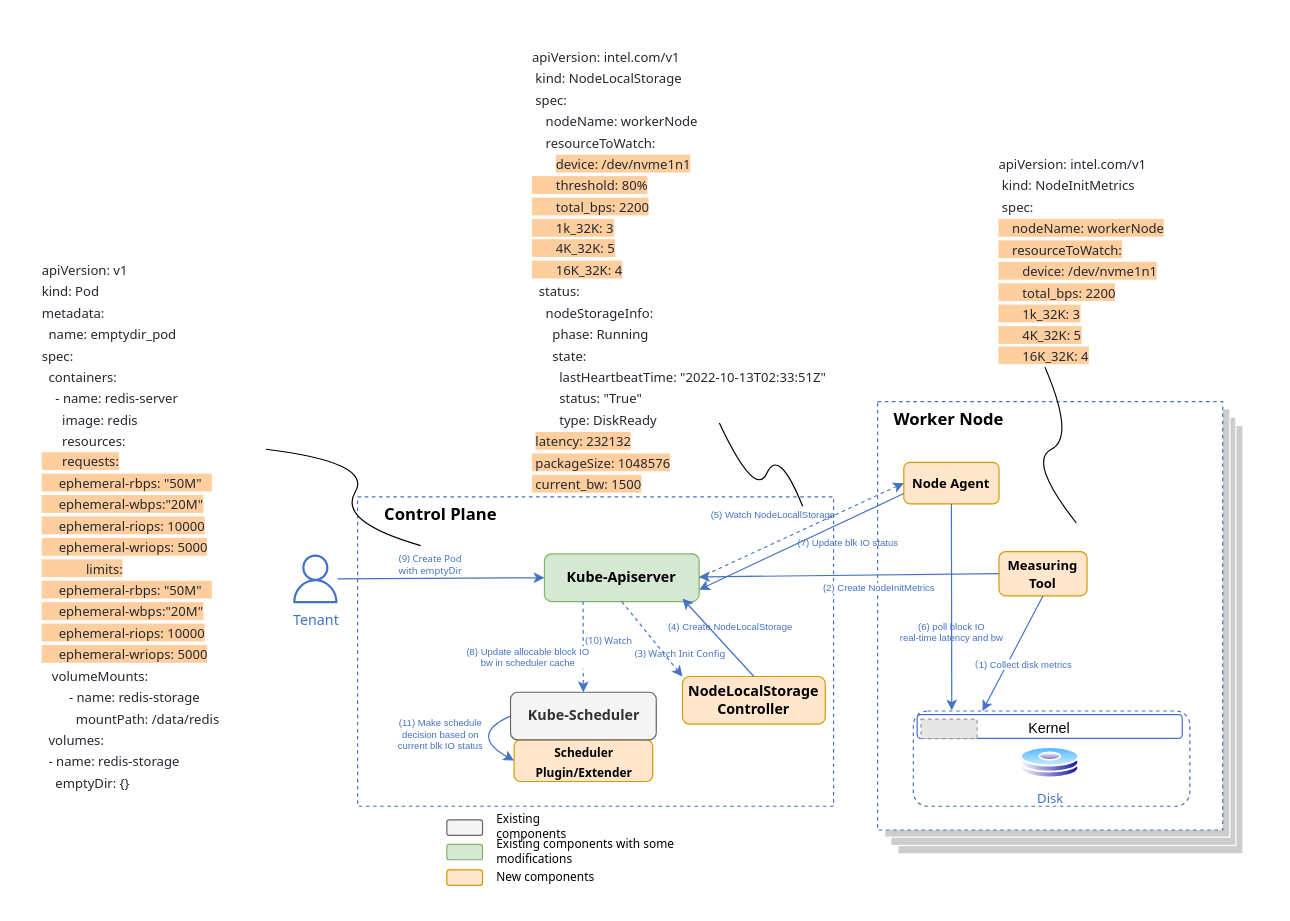
Above: page "schedule flow" (11 of 11) of diagram/net_disk_io_design_v1.drawio in IntelOpen/kubernetes (draw.io), before the change. Source tidied: cells renumbered, new cells numbered last; positions are measured from the earlier drawing's top-left corner, leaving out a move shared by most shapes. Both pictures are drawn from the tidied source at 119%, with x=0, y=0 at pixel (20, 20). Pictures stored in the file or linked from it are replaced by grey dashed boxes.
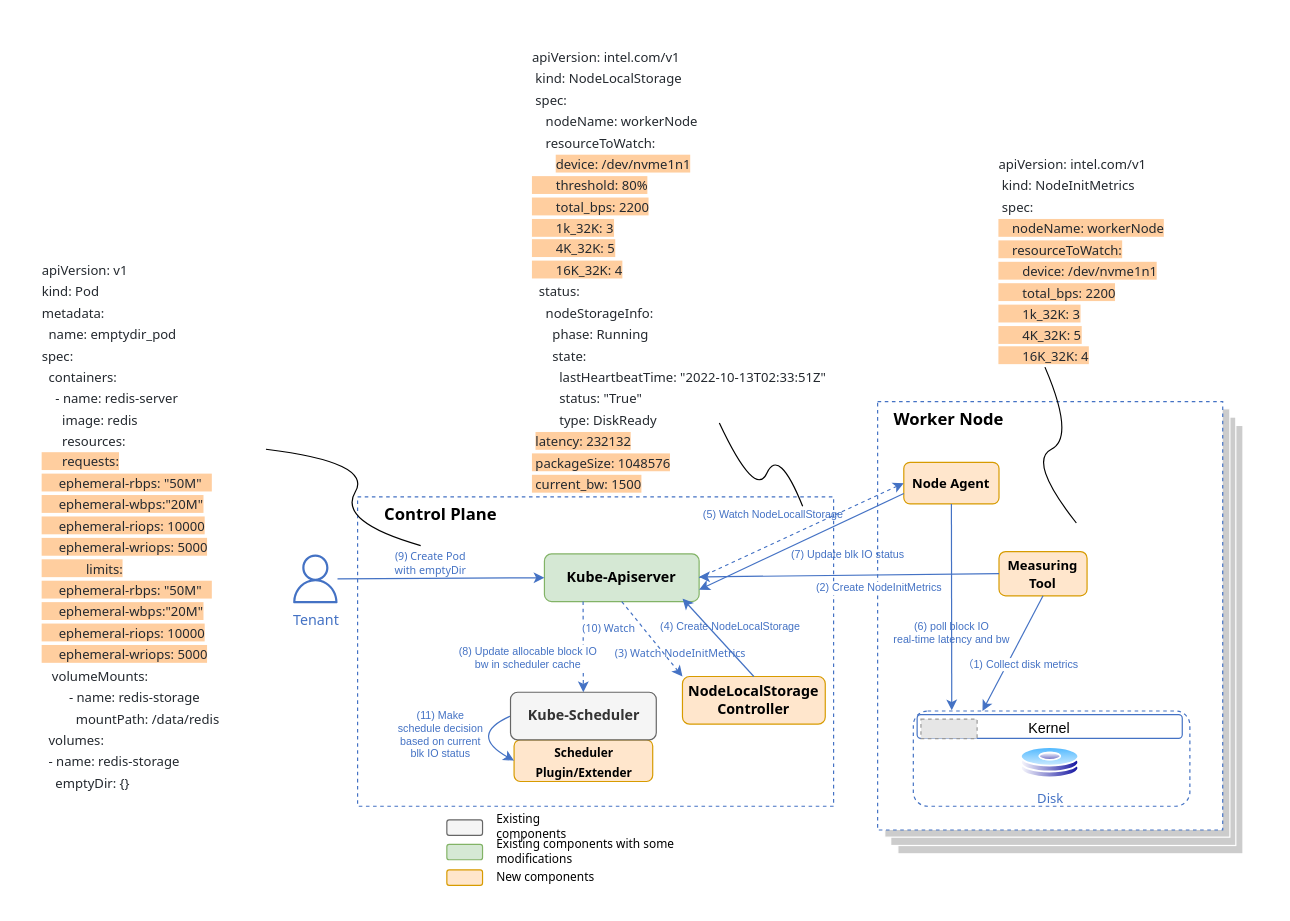
The same page after the edit.

Commit message:
Adjust font size

The change refers to these unchanged cells:
```xml
<mxCell id="9" style="endArrow=classic;html=1;rounded=0;fontFamily=Tahoma;fontSize=12;strokeColor=#4472C4;entryX=0;entryY=0.5;entryDx=0;entryDy=0;" parent="1" edge="1" source="11" target="8">
  <mxGeometry relative="1" as="geometry" />
</mxCell>
<mxCell id="15" style="endArrow=classic;html=1;rounded=0;fontFamily=Tahoma;fontSize=13;fontColor=#000000;strokeColor=#4472C4;dashed=1;endFill=1;startArrow=none;startFill=0;exitX=0.25;exitY=1;exitDx=0;exitDy=0;" parent="1" edge="1" source="8" target="34">
  <mxGeometry relative="1" as="geometry" />
</mxCell>
<mxCell id="20" style="edgeStyle=none;html=1;strokeColor=#4472C4;labelBorderColor=none;labelBackgroundColor=#FFCE9F;exitX=0.5;exitY=1;exitDx=0;exitDy=0;entryX=0.139;entryY=-0.007;entryDx=0;entryDy=0;entryPerimeter=0;" parent="1" edge="1" source="19" target="22">
  <mxGeometry x="-0.01" y="-69" relative="1" as="geometry" />
</mxCell>
<mxCell id="24" style="endArrow=none;html=1;rounded=0;strokeColor=#4472C4;fontSize=11;entryX=1;entryY=0.5;entryDx=0;entryDy=0;dashed=1;startArrow=classic;startFill=1;endFill=0;exitX=0;exitY=0.5;exitDx=0;exitDy=0;" parent="1" edge="1" source="19" target="8">
  <mxGeometry relative="1" as="geometry" />
</mxCell>
<mxCell id="27" style="endArrow=classic;html=1;rounded=0;fontFamily=Tahoma;fontSize=13;fontColor=#000000;strokeColor=#4472C4;entryX=0;entryY=0;entryDx=0;entryDy=0;dashed=1;endFill=1;startArrow=none;startFill=0;exitX=0.5;exitY=1;exitDx=0;exitDy=0;" parent="1" edge="1" source="8" target="26">
  <mxGeometry relative="1" as="geometry" />
</mxCell>
<mxCell id="29" style="endArrow=classic;html=1;rounded=0;labelBackgroundColor=none;strokeColor=#4472C4;fontSize=11;exitX=0.5;exitY=0;exitDx=0;exitDy=0;entryX=0.893;entryY=0.939;entryDx=0;entryDy=0;entryPerimeter=0;" parent="1" edge="1" source="26" target="8">
  <mxGeometry relative="1" as="geometry" />
</mxCell>
<mxCell id="31" style="endArrow=classic;html=1;rounded=0;labelBackgroundColor=none;strokeColor=#4472C4;fontSize=8;fontColor=#4472C4;exitX=0;exitY=0.75;exitDx=0;exitDy=0;entryX=1;entryY=0.75;entryDx=0;entryDy=0;" parent="1" edge="1" source="19" target="8">
  <mxGeometry relative="1" as="geometry" />
</mxCell>
<mxCell id="40" style="endArrow=classic;html=1;rounded=0;strokeColor=#4472C4;fontFamily=Tahoma;fontSize=10;exitX=0.5;exitY=1;exitDx=0;exitDy=0;entryX=0.25;entryY=0;entryDx=0;entryDy=0;" parent="1" edge="1" source="39" target="22">
  <mxGeometry relative="1" as="geometry" />
</mxCell>
<mxCell id="43" style="endArrow=classic;html=1;rounded=0;strokeColor=#4472C4;fontFamily=Tahoma;fontSize=10;exitX=0;exitY=0.5;exitDx=0;exitDy=0;" parent="1" edge="1" source="39" target="8">
  <mxGeometry relative="1" as="geometry" />
</mxCell>
```

The edit, as a diff of the source:
```diff
@@
-    <mxCell id="10" value="(9) Create Pod&lt;br style=&quot;font-size: 8px;&quot;&gt;with emptyDir" style="edgeLabel;html=1;align=center;verticalAlign=middle;fontSize=8;fontFamily=Tahoma;fontColor=#4472C4;" parent="9" vertex="1">
+    <mxCell id="10" value="(9) Create Pod&lt;br style=&quot;font-size: 9px;&quot;&gt;with emptyDir" style="edgeLabel;html=1;align=center;verticalAlign=middle;fontSize=9;fontFamily=Tahoma;fontColor=#4472C4;" parent="9" vertex="1">
       <mxGeometry x="-0.4" y="1" relative="1" as="geometry">
         <mxPoint x="25" y="-12" as="offset" />
       </mxGeometry>
     </mxCell>
@@
-    <mxCell id="16" value="&lt;font style=&quot;font-size: 8px;&quot; face=&quot;Tahoma&quot;&gt;(10) Watch&lt;/font&gt;" style="edgeLabel;html=1;align=center;verticalAlign=middle;fontColor=#4472C4;fontSize=8;" parent="15" vertex="1">
+    <mxCell id="16" value="&lt;font style=&quot;font-size: 9px;&quot; face=&quot;Tahoma&quot;&gt;(10) Watch&lt;/font&gt;" style="edgeLabel;html=1;align=center;verticalAlign=middle;fontColor=#4472C4;fontSize=9;" parent="15" vertex="1">
       <mxGeometry x="-0.15" y="-1" relative="1" as="geometry">
-        <mxPoint x="22" as="offset" />
+        <mxPoint x="22" y="-10" as="offset" />
       </mxGeometry>
     </mxCell>
-    <mxCell id="17" value="(8) Update allocable block IO&lt;br&gt;&amp;nbsp;bw in scheduler cache&amp;nbsp;" style="edgeLabel;html=1;align=center;verticalAlign=middle;fontSize=8;fontFamily=Helvetica;fontColor=#4472C4;" parent="15" vertex="1">
+    <mxCell id="17" value="(8) Update allocable block IO&lt;br style=&quot;font-size: 9px;&quot;&gt;&amp;nbsp;bw in scheduler cache&amp;nbsp;" style="edgeLabel;html=1;align=center;verticalAlign=middle;fontSize=9;fontFamily=Helvetica;fontColor=#4472C4;" parent="15" vertex="1">
       <mxGeometry x="0.22" y="-2" relative="1" as="geometry">
         <mxPoint x="-45" as="offset" />
       </mxGeometry>
     </mxCell>
@@
-    <mxCell id="21" value="&lt;span style=&quot;color: rgb(68, 114, 196);&quot;&gt;(6) poll block IO&lt;/span&gt;&lt;br style=&quot;color: rgb(68, 114, 196);&quot;&gt;&lt;span style=&quot;color: rgb(68, 114, 196);&quot;&gt;real-time latency and bw&lt;/span&gt;" style="edgeLabel;html=1;align=center;verticalAlign=middle;fontSize=8;fontColor=#000000;labelBackgroundColor=none;" parent="20" vertex="1">
+    <mxCell id="21" value="&lt;span style=&quot;color: rgb(68, 114, 196); font-size: 9px;&quot;&gt;(6) poll block IO&lt;/span&gt;&lt;br style=&quot;color: rgb(68, 114, 196); font-size: 9px;&quot;&gt;&lt;span style=&quot;color: rgb(68, 114, 196); font-size: 9px;&quot;&gt;real-time latency and bw&lt;/span&gt;" style="edgeLabel;html=1;align=center;verticalAlign=middle;fontSize=9;fontColor=#000000;labelBackgroundColor=none;" parent="20" vertex="1">
       <mxGeometry x="0.44" y="-1" relative="1" as="geometry">
         <mxPoint y="-18" as="offset" />
       </mxGeometry>
     </mxCell>
@@
-    <mxCell id="25" value="(5) Watch NodeLocallStorage" style="edgeLabel;html=1;align=center;verticalAlign=middle;fontSize=8;fontColor=#4472C4;labelBackgroundColor=none;" parent="24" vertex="1">
+    <mxCell id="25" value="(5) Watch NodeLocallStorage" style="edgeLabel;html=1;align=center;verticalAlign=middle;fontSize=9;fontColor=#4472C4;labelBackgroundColor=none;" parent="24" vertex="1">
       <mxGeometry x="-0.13" y="2" relative="1" as="geometry">
         <mxPoint x="-37" y="-10" as="offset" />
       </mxGeometry>
     </mxCell>
@@
-    <mxCell id="28" value="&lt;font style=&quot;font-size: 8px;&quot; face=&quot;Tahoma&quot;&gt;(3) Watch Init Config&lt;/font&gt;" style="edgeLabel;html=1;align=center;verticalAlign=middle;fontColor=#4472C4;fontSize=8;labelBackgroundColor=none;" parent="27" vertex="1">
+    <mxCell id="28" value="&lt;font style=&quot;font-size: 9px;&quot; face=&quot;Tahoma&quot;&gt;(3) Watch NodeInitMetrics&lt;/font&gt;" style="edgeLabel;html=1;align=center;verticalAlign=middle;fontColor=#4472C4;fontSize=9;labelBackgroundColor=none;" parent="27" vertex="1">
       <mxGeometry x="-0.15" y="-1" relative="1" as="geometry">
         <mxPoint x="28" y="16" as="offset" />
       </mxGeometry>
     </mxCell>
@@
-    <mxCell id="30" value="(4) Create NodeLocalStorage" style="edgeLabel;html=1;align=center;verticalAlign=middle;fontSize=8;fontColor=#4472C4;labelBackgroundColor=none;" parent="29" vertex="1">
+    <mxCell id="30" value="(4) Create NodeLocalStorage" style="edgeLabel;html=1;align=center;verticalAlign=middle;fontSize=9;fontColor=#4472C4;labelBackgroundColor=none;" parent="29" vertex="1">
       <mxGeometry x="0.35" y="1" relative="1" as="geometry">
         <mxPoint x="21" y="1" as="offset" />
       </mxGeometry>
     </mxCell>
@@
-    <mxCell id="32" value="(7) Update blk IO status&amp;nbsp;" style="edgeLabel;html=1;align=center;verticalAlign=middle;fontSize=8;fontColor=#4472C4;labelBackgroundColor=none;" parent="31" vertex="1">
+    <mxCell id="32" value="(7) Update blk IO status&amp;nbsp;" style="edgeLabel;html=1;align=center;verticalAlign=middle;fontSize=9;fontColor=#4472C4;labelBackgroundColor=none;" parent="31" vertex="1">
       <mxGeometry x="-0.15" relative="1" as="geometry">
-        <mxPoint x="27" y="7" as="offset" />
+        <mxPoint x="27" y="17" as="offset" />
       </mxGeometry>
     </mxCell>
-    <mxCell id="33" value="(11) Make schedule decision based on current blk IO status" style="text;html=1;strokeColor=none;fillColor=none;align=center;verticalAlign=middle;whiteSpace=wrap;rounded=0;dashed=1;labelBackgroundColor=none;fontSize=8;fontColor=#4472C4;" parent="1" vertex="1">
+    <mxCell id="33" value="(11) Make schedule decision based on current blk IO status" style="text;html=1;strokeColor=none;fillColor=none;align=center;verticalAlign=middle;whiteSpace=wrap;rounded=0;dashed=1;labelBackgroundColor=none;fontSize=9;fontColor=#4472C4;" parent="1" vertex="1">
       <mxGeometry x="313" y="585" width="80" height="30" as="geometry" />
     </mxCell>
@@
-    <mxCell id="41" value="（1) Collect disk metrics" style="edgeLabel;html=1;align=center;verticalAlign=middle;fontSize=8;fontFamily=Helvetica;fontColor=#4472C4;" parent="40" vertex="1">
+    <mxCell id="41" value="（1) Collect disk metrics" style="edgeLabel;html=1;align=center;verticalAlign=middle;fontSize=9;fontFamily=Helvetica;fontColor=#4472C4;" parent="40" vertex="1">
       <mxGeometry x="0.19" y="-1" relative="1" as="geometry">
         <mxPoint x="12" as="offset" />
       </mxGeometry>
     </mxCell>
@@
-    <mxCell id="44" value="(2) Create NodeInitMetrics" style="edgeLabel;html=1;align=center;verticalAlign=middle;fontSize=8;fontFamily=Helvetica;fontColor=#4472C4;" parent="43" vertex="1">
+    <mxCell id="44" value="(2) Create NodeInitMetrics" style="edgeLabel;html=1;align=center;verticalAlign=middle;fontSize=9;fontFamily=Helvetica;fontColor=#4472C4;" parent="43" vertex="1">
       <mxGeometry x="0.19" relative="1" as="geometry">
         <mxPoint x="48" y="10" as="offset" />
       </mxGeometry>
     </mxCell>
```
